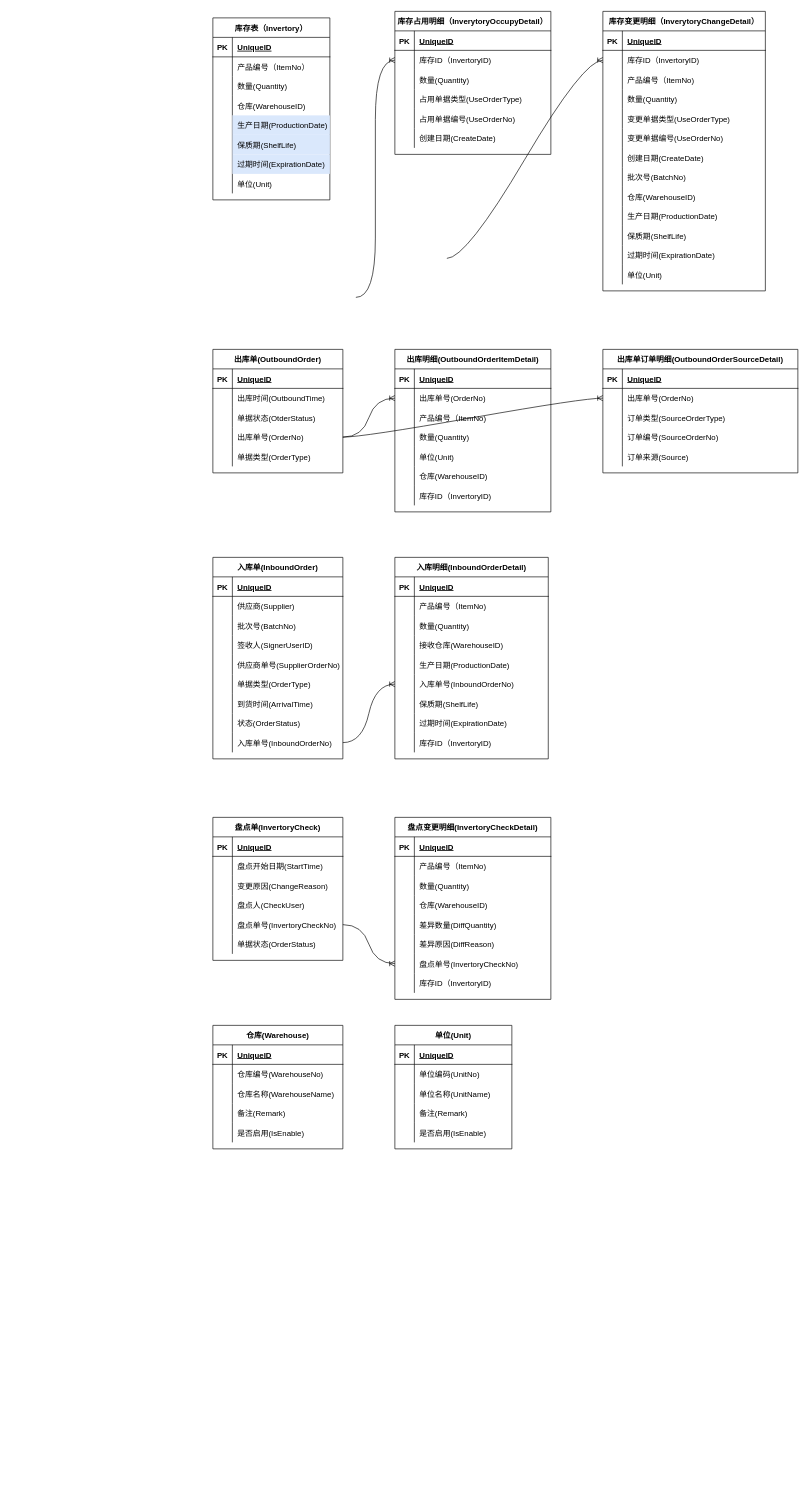
This is 圣千WMS第一版数据库设计.drawio from canonnk/draw.io.repository, a draw.io file, before an edit. Source tidied: cells renumbered, new cells numbered last; positions are measured from the earlier drawing's top-left corner, leaving out a move shared by most shapes. Both pictures are drawn from the tidied source at 65%, with x=0, y=0 at pixel (213, 11).
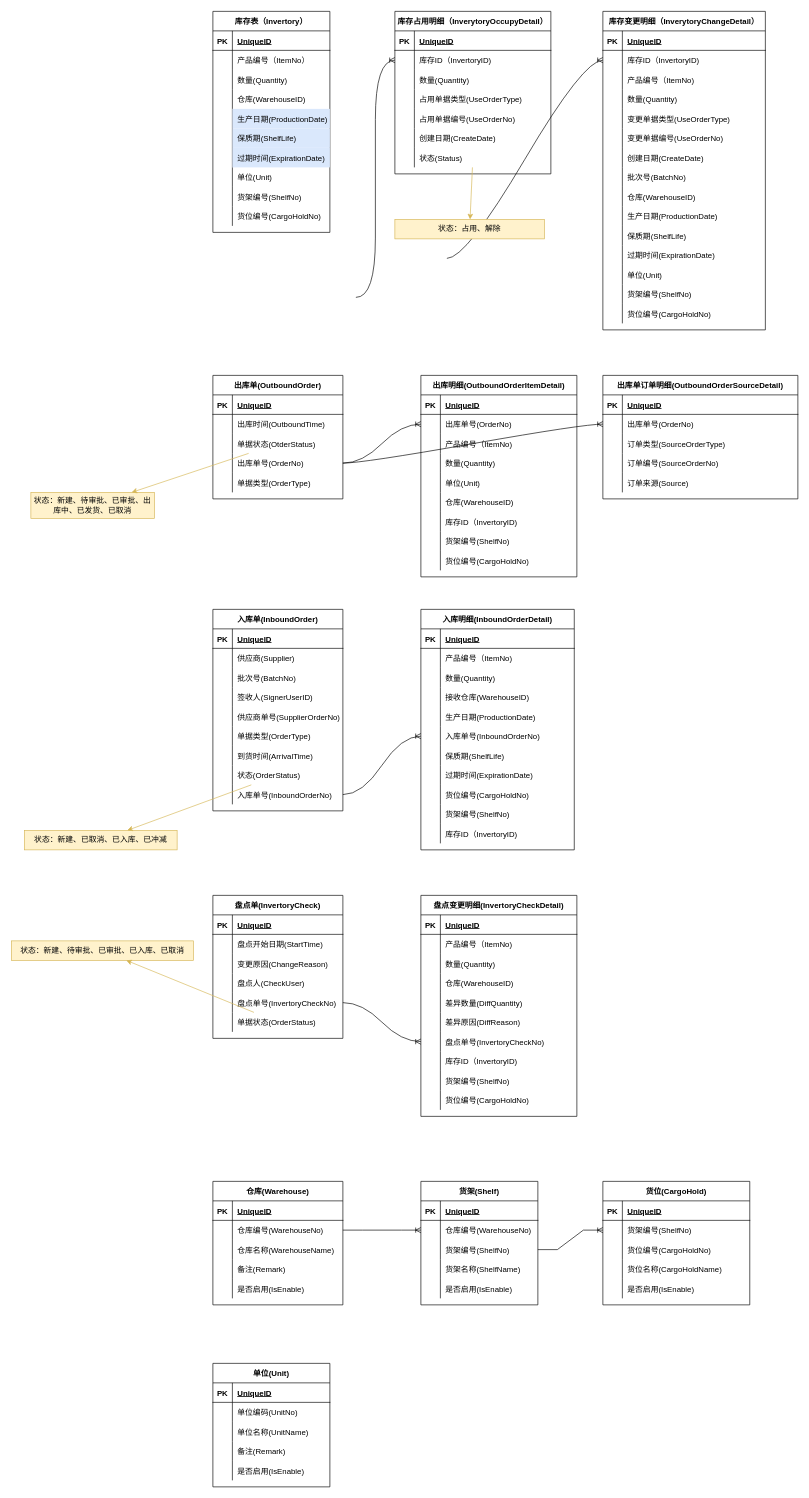
The same page after the edit.

Commit message (it also covers changes not shown here):
更新圣千WMS第一版数据库设计.drawio

Unchanged cells that the change refers to:
```xml
<mxCell id="108" style="shape=partialRectangle;fillColor=none;top=0;left=0;bottom=0;right=0;points=[[0,0.5],[1,0.5]];portConstraint=eastwest;" parent="86" vertex="1">
  <mxGeometry y="240" width="200" height="30" as="geometry" />
</mxCell>
<mxCell id="149" style="shape=partialRectangle;fillColor=none;top=0;left=0;bottom=0;right=0;points=[[0,0.5],[1,0.5]];portConstraint=eastwest;" parent="142" vertex="1">
  <mxGeometry y="90" width="200" height="30" as="geometry" />
</mxCell>
<mxCell id="212" style="shape=partialRectangle;fillColor=none;top=0;left=0;bottom=0;right=0;points=[[0,0.5],[1,0.5]];portConstraint=eastwest;" parent="196" vertex="1">
  <mxGeometry y="180" width="200" height="30" as="geometry" />
</mxCell>
<mxCell id="219" style="shape=partialRectangle;fillColor=none;top=0;left=0;bottom=0;right=0;points=[[0,0.5],[1,0.5]];portConstraint=eastwest;" parent="215" vertex="1">
  <mxGeometry y="60" width="200" height="30" as="geometry" />
</mxCell>
```

The edit, as a diff of the source:
```diff
@@
     <mxCell id="2" value="库存表（Invertory）" style="shape=table;startSize=30;childLayout=tableLayout;rowLines=0;fontStyle=1;align=center;rounded=0;" parent="1" vertex="1">
-      <mxGeometry y="10" width="180" height="280" as="geometry" />
+      <mxGeometry width="180" height="340" as="geometry" />
     </mxCell>
@@
+    <mxCell id="278" style="shape=partialRectangle;fillColor=none;top=0;left=0;bottom=0;right=0;" parent="2" vertex="1">
+      <mxGeometry y="270" width="180" height="30" as="geometry" />
+    </mxCell>
+    <mxCell id="279" style="shape=partialRectangle;fillColor=none;top=0;left=0;bottom=0;right=0;overflow=hidden;" parent="278" vertex="1">
+      <mxGeometry width="30" height="30" as="geometry" />
+    </mxCell>
+    <mxCell id="280" value="货架编号(ShelfNo)" style="shape=partialRectangle;fillColor=none;top=0;left=0;bottom=0;right=0;align=left;spacingLeft=6;overflow=hidden;" parent="278" vertex="1">
+      <mxGeometry x="30" width="150" height="30" as="geometry" />
+    </mxCell>
+    <mxCell id="281" style="shape=partialRectangle;fillColor=none;top=0;left=0;bottom=0;right=0;" parent="2" vertex="1">
+      <mxGeometry y="300" width="180" height="30" as="geometry" />
+    </mxCell>
+    <mxCell id="282" style="shape=partialRectangle;fillColor=none;top=0;left=0;bottom=0;right=0;overflow=hidden;" parent="281" vertex="1">
+      <mxGeometry width="30" height="30" as="geometry" />
+    </mxCell>
+    <mxCell id="283" value="货位编号(CargoHoldNo)" style="shape=partialRectangle;fillColor=none;top=0;left=0;bottom=0;right=0;align=left;spacingLeft=6;overflow=hidden;" parent="281" vertex="1">
+      <mxGeometry x="30" width="150" height="30" as="geometry" />
+    </mxCell>
     <mxCell id="27" value="库存占用明细（InverytoryOccupyDetail）" style="shape=table;startSize=30;childLayout=tableLayout;rowLines=0;fontStyle=1;align=center;" parent="1" vertex="1">
-      <mxGeometry x="280" width="240" height="220" as="geometry" />
+      <mxGeometry x="280" width="240" height="250" as="geometry" />
     </mxCell>
@@
+    <mxCell id="284" style="shape=partialRectangle;fillColor=none;top=0;left=0;bottom=0;right=0;points=[[0,0.5],[1,0.5]];portConstraint=eastwest;" parent="27" vertex="1">
+      <mxGeometry y="210" width="240" height="30" as="geometry" />
+    </mxCell>
+    <mxCell id="285" style="shape=partialRectangle;fillColor=none;top=0;left=0;bottom=0;right=0;overflow=hidden;" parent="284" vertex="1">
+      <mxGeometry width="30" height="30" as="geometry" />
+    </mxCell>
+    <mxCell id="286" value="状态(Status)" style="shape=partialRectangle;fillColor=none;top=0;left=0;bottom=0;right=0;align=left;spacingLeft=6;overflow=hidden;" parent="284" vertex="1">
+      <mxGeometry x="30" width="210" height="30" as="geometry" />
+    </mxCell>
     <mxCell id="46" value="库存变更明细（InverytoryChangeDetail）" style="shape=table;startSize=30;childLayout=tableLayout;rowLines=0;fontStyle=1;align=center;" parent="1" vertex="1">
-      <mxGeometry x="600" width="250" height="430" as="geometry" />
+      <mxGeometry x="600" width="250" height="490" as="geometry" />
     </mxCell>
@@
+    <mxCell id="287" style="shape=partialRectangle;fillColor=none;top=0;left=0;bottom=0;right=0;" parent="46" vertex="1">
+      <mxGeometry y="420" width="250" height="30" as="geometry" />
+    </mxCell>
+    <mxCell id="288" style="shape=partialRectangle;fillColor=none;top=0;left=0;bottom=0;right=0;overflow=hidden;" parent="287" vertex="1">
+      <mxGeometry width="30" height="30" as="geometry" />
+    </mxCell>
+    <mxCell id="289" value="货架编号(ShelfNo)" style="shape=partialRectangle;fillColor=none;top=0;left=0;bottom=0;right=0;align=left;spacingLeft=6;overflow=hidden;" parent="287" vertex="1">
+      <mxGeometry x="30" width="220" height="30" as="geometry" />
+    </mxCell>
+    <mxCell id="290" style="shape=partialRectangle;fillColor=none;top=0;left=0;bottom=0;right=0;" parent="46" vertex="1">
+      <mxGeometry y="450" width="250" height="30" as="geometry" />
+    </mxCell>
+    <mxCell id="291" style="shape=partialRectangle;fillColor=none;top=0;left=0;bottom=0;right=0;overflow=hidden;" parent="290" vertex="1">
+      <mxGeometry width="30" height="30" as="geometry" />
+    </mxCell>
+    <mxCell id="292" value="货位编号(CargoHoldNo)" style="shape=partialRectangle;fillColor=none;top=0;left=0;bottom=0;right=0;align=left;spacingLeft=6;overflow=hidden;" parent="290" vertex="1">
+      <mxGeometry x="30" width="220" height="30" as="geometry" />
+    </mxCell>
     <mxCell id="86" value="入库单(InboundOrder)" style="shape=table;startSize=30;childLayout=tableLayout;rowLines=0;fontStyle=1;align=center;" parent="1" vertex="1">
-      <mxGeometry y="840" width="200" height="310" as="geometry" />
+      <mxGeometry y="920" width="200" height="310" as="geometry" />
     </mxCell>
@@
     <mxCell id="114" value="入库明细(InboundOrderDetail)" style="shape=table;startSize=30;childLayout=tableLayout;rowLines=0;fontStyle=1;align=center;" parent="1" vertex="1">
-      <mxGeometry x="280" y="840" width="236" height="310" as="geometry" />
+      <mxGeometry x="320" y="920" width="236" height="370" as="geometry" />
     </mxCell>
@@
+    <mxCell id="293" style="shape=partialRectangle;fillColor=none;top=0;left=0;bottom=0;right=0;" parent="114" vertex="1">
+      <mxGeometry y="270" width="236" height="30" as="geometry" />
+    </mxCell>
+    <mxCell id="294" style="shape=partialRectangle;fillColor=none;top=0;left=0;bottom=0;right=0;overflow=hidden;" parent="293" vertex="1">
+      <mxGeometry width="30" height="30" as="geometry" />
+    </mxCell>
+    <mxCell id="295" value="货位编号(CargoHoldNo)" style="shape=partialRectangle;fillColor=none;top=0;left=0;bottom=0;right=0;align=left;spacingLeft=6;overflow=hidden;" parent="293" vertex="1">
+      <mxGeometry x="30" width="206" height="30" as="geometry" />
+    </mxCell>
+    <mxCell id="296" style="shape=partialRectangle;fillColor=none;top=0;left=0;bottom=0;right=0;" parent="114" vertex="1">
+      <mxGeometry y="300" width="236" height="30" as="geometry" />
+    </mxCell>
+    <mxCell id="297" style="shape=partialRectangle;fillColor=none;top=0;left=0;bottom=0;right=0;overflow=hidden;" parent="296" vertex="1">
+      <mxGeometry width="30" height="30" as="geometry" />
+    </mxCell>
+    <mxCell id="298" value="货架编号(ShelfNo)" style="shape=partialRectangle;fillColor=none;top=0;left=0;bottom=0;right=0;align=left;spacingLeft=6;overflow=hidden;" parent="296" vertex="1">
+      <mxGeometry x="30" width="206" height="30" as="geometry" />
+    </mxCell>
     <mxCell id="139" style="shape=partialRectangle;fillColor=none;top=0;left=0;bottom=0;right=0;" parent="114" vertex="1">
-      <mxGeometry y="270" width="236" height="30" as="geometry" />
+      <mxGeometry y="330" width="236" height="30" as="geometry" />
     </mxCell>
@@
     <mxCell id="142" value="出库单(OutboundOrder)" style="shape=table;startSize=30;childLayout=tableLayout;rowLines=0;fontStyle=1;align=center;" parent="1" vertex="1">
-      <mxGeometry y="520" width="200" height="190" as="geometry" />
+      <mxGeometry y="560" width="200" height="190" as="geometry" />
     </mxCell>
@@
     <mxCell id="158" value="出库明细(OutboundOrderItemDetail)" style="shape=table;startSize=30;childLayout=tableLayout;rowLines=0;fontStyle=1;align=center;" parent="1" vertex="1">
-      <mxGeometry x="280" y="520" width="240" height="250" as="geometry" />
+      <mxGeometry x="320" y="560" width="240" height="310" as="geometry" />
     </mxCell>
@@
+    <mxCell id="299" style="shape=partialRectangle;fillColor=none;top=0;left=0;bottom=0;right=0;" parent="158" vertex="1">
+      <mxGeometry y="240" width="240" height="30" as="geometry" />
+    </mxCell>
+    <mxCell id="300" style="shape=partialRectangle;fillColor=none;top=0;left=0;bottom=0;right=0;overflow=hidden;" parent="299" vertex="1">
+      <mxGeometry width="30" height="30" as="geometry" />
+    </mxCell>
+    <mxCell id="301" value="货架编号(ShelfNo)" style="shape=partialRectangle;fillColor=none;top=0;left=0;bottom=0;right=0;align=left;spacingLeft=6;overflow=hidden;" parent="299" vertex="1">
+      <mxGeometry x="30" width="210" height="30" as="geometry" />
+    </mxCell>
+    <mxCell id="302" style="shape=partialRectangle;fillColor=none;top=0;left=0;bottom=0;right=0;" parent="158" vertex="1">
+      <mxGeometry y="270" width="240" height="30" as="geometry" />
+    </mxCell>
+    <mxCell id="303" style="shape=partialRectangle;fillColor=none;top=0;left=0;bottom=0;right=0;overflow=hidden;" parent="302" vertex="1">
+      <mxGeometry width="30" height="30" as="geometry" />
+    </mxCell>
+    <mxCell id="304" value="货位编号(CargoHoldNo)" style="shape=partialRectangle;fillColor=none;top=0;left=0;bottom=0;right=0;align=left;spacingLeft=6;overflow=hidden;" parent="302" vertex="1">
+      <mxGeometry x="30" width="210" height="30" as="geometry" />
+    </mxCell>
     <mxCell id="180" value="出库单订单明细(OutboundOrderSourceDetail)" style="shape=table;startSize=30;childLayout=tableLayout;rowLines=0;fontStyle=1;align=center;" parent="1" vertex="1">
-      <mxGeometry x="600" y="520" width="300" height="190" as="geometry" />
+      <mxGeometry x="600" y="560" width="300" height="190" as="geometry" />
     </mxCell>
@@
     <mxCell id="196" value="盘点单(InvertoryCheck)" style="shape=table;startSize=30;childLayout=tableLayout;rowLines=0;fontStyle=1;align=center;" parent="1" vertex="1">
-      <mxGeometry y="1240" width="200" height="220" as="geometry" />
+      <mxGeometry y="1360" width="200" height="220" as="geometry" />
     </mxCell>
@@
     <mxCell id="215" value="仓库(Warehouse)" style="shape=table;startSize=30;childLayout=tableLayout;rowLines=0;fontStyle=1;align=center;" parent="1" vertex="1">
-      <mxGeometry y="1560" width="200" height="190" as="geometry" />
+      <mxGeometry y="1800" width="200" height="190" as="geometry" />
     </mxCell>
@@
     <mxCell id="235" value="盘点变更明细(InvertoryCheckDetail)" style="shape=table;startSize=30;childLayout=tableLayout;rowLines=0;fontStyle=1;align=center;" parent="1" vertex="1">
-      <mxGeometry x="280" y="1240" width="240" height="280" as="geometry" />
+      <mxGeometry x="320" y="1360" width="240" height="340" as="geometry" />
     </mxCell>
@@
+    <mxCell id="305" style="shape=partialRectangle;fillColor=none;top=0;left=0;bottom=0;right=0;" parent="235" vertex="1">
+      <mxGeometry y="270" width="240" height="30" as="geometry" />
+    </mxCell>
+    <mxCell id="306" style="shape=partialRectangle;fillColor=none;top=0;left=0;bottom=0;right=0;overflow=hidden;" parent="305" vertex="1">
+      <mxGeometry width="30" height="30" as="geometry" />
+    </mxCell>
+    <mxCell id="307" value="货架编号(ShelfNo)" style="shape=partialRectangle;fillColor=none;top=0;left=0;bottom=0;right=0;align=left;spacingLeft=6;overflow=hidden;" parent="305" vertex="1">
+      <mxGeometry x="30" width="210" height="30" as="geometry" />
+    </mxCell>
+    <mxCell id="308" style="shape=partialRectangle;fillColor=none;top=0;left=0;bottom=0;right=0;" parent="235" vertex="1">
+      <mxGeometry y="300" width="240" height="30" as="geometry" />
+    </mxCell>
+    <mxCell id="309" style="shape=partialRectangle;fillColor=none;top=0;left=0;bottom=0;right=0;overflow=hidden;" parent="308" vertex="1">
+      <mxGeometry width="30" height="30" as="geometry" />
+    </mxCell>
+    <mxCell id="310" value="货位编号(CargoHoldNo)" style="shape=partialRectangle;fillColor=none;top=0;left=0;bottom=0;right=0;align=left;spacingLeft=6;overflow=hidden;" parent="308" vertex="1">
+      <mxGeometry x="30" width="210" height="30" as="geometry" />
+    </mxCell>
@@
     <mxCell id="262" value="单位(Unit)" style="shape=table;startSize=30;childLayout=tableLayout;rowLines=0;fontStyle=1;align=center;" parent="1" vertex="1">
-      <mxGeometry x="280" y="1560" width="180" height="190" as="geometry" />
+      <mxGeometry y="2080" width="180" height="190" as="geometry" />
     </mxCell>
@@
+    <mxCell id="311" value="货架(Shelf)" style="shape=table;startSize=30;childLayout=tableLayout;rowLines=0;fontStyle=1;align=center;" parent="1" vertex="1">
+      <mxGeometry x="320" y="1800" width="180" height="190" as="geometry" />
+    </mxCell>
+    <mxCell id="312" style="shape=partialRectangle;fillColor=none;top=0;left=0;bottom=1;right=0;" parent="311" vertex="1">
+      <mxGeometry y="30" width="180" height="30" as="geometry" />
+    </mxCell>
+    <mxCell id="313" value="PK" style="shape=partialRectangle;fillColor=none;top=0;left=0;bottom=0;right=0;fontStyle=1;overflow=hidden;" parent="312" vertex="1">
+      <mxGeometry width="30" height="30" as="geometry" />
+    </mxCell>
+    <mxCell id="314" value="UniqueID" style="shape=partialRectangle;fillColor=none;top=0;left=0;bottom=0;right=0;align=left;spacingLeft=6;fontStyle=5;overflow=hidden;" parent="312" vertex="1">
+      <mxGeometry x="30" width="150" height="30" as="geometry" />
+    </mxCell>
+    <mxCell id="315" style="shape=partialRectangle;fillColor=none;top=0;left=0;bottom=0;right=0;points=[[0,0.5],[1,0.5]];portConstraint=eastwest;" parent="311" vertex="1">
+      <mxGeometry y="60" width="180" height="30" as="geometry" />
+    </mxCell>
+    <mxCell id="316" style="shape=partialRectangle;fillColor=none;top=0;left=0;bottom=0;right=0;overflow=hidden;" parent="315" vertex="1">
+      <mxGeometry width="30" height="30" as="geometry" />
+    </mxCell>
+    <mxCell id="317" value="仓库编号(WarehouseNo)" style="shape=partialRectangle;fillColor=none;top=0;left=0;bottom=0;right=0;align=left;spacingLeft=6;overflow=hidden;" parent="315" vertex="1">
+      <mxGeometry x="30" width="150" height="30" as="geometry" />
+    </mxCell>
+    <mxCell id="318" style="shape=partialRectangle;fillColor=none;top=0;left=0;bottom=0;right=0;points=[[0,0.5],[1,0.5]];portConstraint=eastwest;" parent="311" vertex="1">
+      <mxGeometry y="90" width="180" height="30" as="geometry" />
+    </mxCell>
+    <mxCell id="319" style="shape=partialRectangle;fillColor=none;top=0;left=0;bottom=0;right=0;overflow=hidden;" parent="318" vertex="1">
+      <mxGeometry width="30" height="30" as="geometry" />
+    </mxCell>
+    <mxCell id="320" value="货架编号(ShelfNo)" style="shape=partialRectangle;fillColor=none;top=0;left=0;bottom=0;right=0;align=left;spacingLeft=6;overflow=hidden;" parent="318" vertex="1">
+      <mxGeometry x="30" width="150" height="30" as="geometry" />
+    </mxCell>
+    <mxCell id="321" style="shape=partialRectangle;fillColor=none;top=0;left=0;bottom=0;right=0;" parent="311" vertex="1">
+      <mxGeometry y="120" width="180" height="30" as="geometry" />
+    </mxCell>
+    <mxCell id="322" style="shape=partialRectangle;fillColor=none;top=0;left=0;bottom=0;right=0;overflow=hidden;" parent="321" vertex="1">
+      <mxGeometry width="30" height="30" as="geometry" />
+    </mxCell>
+    <mxCell id="323" value="货架名称(ShelfName)" style="shape=partialRectangle;fillColor=none;top=0;left=0;bottom=0;right=0;align=left;spacingLeft=6;overflow=hidden;" parent="321" vertex="1">
+      <mxGeometry x="30" width="150" height="30" as="geometry" />
+    </mxCell>
+    <mxCell id="324" style="shape=partialRectangle;fillColor=none;top=0;left=0;bottom=0;right=0;" parent="311" vertex="1">
+      <mxGeometry y="150" width="180" height="30" as="geometry" />
+    </mxCell>
+    <mxCell id="325" style="shape=partialRectangle;fillColor=none;top=0;left=0;bottom=0;right=0;overflow=hidden;" parent="324" vertex="1">
+      <mxGeometry width="30" height="30" as="geometry" />
+    </mxCell>
+    <mxCell id="326" value="是否启用(IsEnable)" style="shape=partialRectangle;fillColor=none;top=0;left=0;bottom=0;right=0;align=left;spacingLeft=6;overflow=hidden;" parent="324" vertex="1">
+      <mxGeometry x="30" width="150" height="30" as="geometry" />
+    </mxCell>
+    <mxCell id="327" value="货位(CargoHold)" style="shape=table;startSize=30;childLayout=tableLayout;rowLines=0;fontStyle=1;align=center;" parent="1" vertex="1">
+      <mxGeometry x="600" y="1800" width="226" height="190" as="geometry" />
+    </mxCell>
+    <mxCell id="328" style="shape=partialRectangle;fillColor=none;top=0;left=0;bottom=1;right=0;" parent="327" vertex="1">
+      <mxGeometry y="30" width="226" height="30" as="geometry" />
+    </mxCell>
+    <mxCell id="329" value="PK" style="shape=partialRectangle;fillColor=none;top=0;left=0;bottom=0;right=0;fontStyle=1;overflow=hidden;" parent="328" vertex="1">
+      <mxGeometry width="30" height="30" as="geometry" />
+    </mxCell>
+    <mxCell id="330" value="UniqueID" style="shape=partialRectangle;fillColor=none;top=0;left=0;bottom=0;right=0;align=left;spacingLeft=6;fontStyle=5;overflow=hidden;" parent="328" vertex="1">
+      <mxGeometry x="30" width="196" height="30" as="geometry" />
+    </mxCell>
+    <mxCell id="331" style="shape=partialRectangle;fillColor=none;top=0;left=0;bottom=0;right=0;points=[[0,0.5],[1,0.5]];portConstraint=eastwest;" parent="327" vertex="1">
+      <mxGeometry y="60" width="226" height="30" as="geometry" />
+    </mxCell>
+    <mxCell id="332" style="shape=partialRectangle;fillColor=none;top=0;left=0;bottom=0;right=0;overflow=hidden;" parent="331" vertex="1">
+      <mxGeometry width="30" height="30" as="geometry" />
+    </mxCell>
+    <mxCell id="333" value="货架编号(ShelfNo)" style="shape=partialRectangle;fillColor=none;top=0;left=0;bottom=0;right=0;align=left;spacingLeft=6;overflow=hidden;" parent="331" vertex="1">
+      <mxGeometry x="30" width="196" height="30" as="geometry" />
+    </mxCell>
+    <mxCell id="334" style="shape=partialRectangle;fillColor=none;top=0;left=0;bottom=0;right=0;" parent="327" vertex="1">
+      <mxGeometry y="90" width="226" height="30" as="geometry" />
+    </mxCell>
+    <mxCell id="335" style="shape=partialRectangle;fillColor=none;top=0;left=0;bottom=0;right=0;overflow=hidden;" parent="334" vertex="1">
+      <mxGeometry width="30" height="30" as="geometry" />
+    </mxCell>
+    <mxCell id="336" value="货位编号(CargoHoldNo)" style="shape=partialRectangle;fillColor=none;top=0;left=0;bottom=0;right=0;align=left;spacingLeft=6;overflow=hidden;" parent="334" vertex="1">
+      <mxGeometry x="30" width="196" height="30" as="geometry" />
+    </mxCell>
+    <mxCell id="337" style="shape=partialRectangle;fillColor=none;top=0;left=0;bottom=0;right=0;" parent="327" vertex="1">
+      <mxGeometry y="120" width="226" height="30" as="geometry" />
+    </mxCell>
+    <mxCell id="338" style="shape=partialRectangle;fillColor=none;top=0;left=0;bottom=0;right=0;overflow=hidden;" parent="337" vertex="1">
+      <mxGeometry width="30" height="30" as="geometry" />
+    </mxCell>
+    <mxCell id="339" value="货位名称(CargoHoldName)" style="shape=partialRectangle;fillColor=none;top=0;left=0;bottom=0;right=0;align=left;spacingLeft=6;overflow=hidden;" parent="337" vertex="1">
+      <mxGeometry x="30" width="196" height="30" as="geometry" />
+    </mxCell>
+    <mxCell id="340" style="shape=partialRectangle;fillColor=none;top=0;left=0;bottom=0;right=0;" parent="327" vertex="1">
+      <mxGeometry y="150" width="226" height="30" as="geometry" />
+    </mxCell>
+    <mxCell id="341" style="shape=partialRectangle;fillColor=none;top=0;left=0;bottom=0;right=0;overflow=hidden;" parent="340" vertex="1">
+      <mxGeometry width="30" height="30" as="geometry" />
+    </mxCell>
+    <mxCell id="342" value="是否启用(IsEnable)" style="shape=partialRectangle;fillColor=none;top=0;left=0;bottom=0;right=0;align=left;spacingLeft=6;overflow=hidden;" parent="340" vertex="1">
+      <mxGeometry x="30" width="196" height="30" as="geometry" />
+    </mxCell>
+    <mxCell id="343" style="edgeStyle=entityRelationEdgeStyle;fontSize=12;html=1;endArrow=ERoneToMany;rounded=0;" parent="1" edge="1" source="318" target="331">
+      <mxGeometry relative="1" as="geometry" />
+    </mxCell>
+    <mxCell id="344" style="edgeStyle=entityRelationEdgeStyle;fontSize=12;html=1;endArrow=ERoneToMany;rounded=0;" parent="1" edge="1" source="219" target="315">
+      <mxGeometry relative="1" as="geometry" />
+    </mxCell>
+    <mxCell id="345" value="状态：占用、解除" style="text;html=1;strokeColor=#d6b656;fillColor=#fff2cc;align=center;verticalAlign=middle;whiteSpace=wrap;rounded=0;" parent="1" vertex="1">
+      <mxGeometry x="280" y="320" width="230" height="30" as="geometry" />
+    </mxCell>
+    <mxCell id="346" style="endArrow=classic;html=1;rounded=0;fillColor=#fff2cc;strokeColor=#d6b656;" parent="1" edge="1" source="284" target="345">
+      <mxGeometry relative="1" as="geometry" />
+    </mxCell>
+    <mxCell id="347" value="状态：新建、已取消、已入库、已冲减" style="text;html=1;strokeColor=#d6b656;fillColor=#fff2cc;align=center;verticalAlign=middle;whiteSpace=wrap;rounded=0;" parent="1" vertex="1">
+      <mxGeometry x="-290" y="1260" width="235" height="30" as="geometry" />
+    </mxCell>
+    <mxCell id="348" style="endArrow=classic;html=1;rounded=0;fillColor=#fff2cc;strokeColor=#d6b656;" parent="1" edge="1" source="108" target="347">
+      <mxGeometry relative="1" as="geometry" />
+    </mxCell>
+    <mxCell id="349" value="状态：新建、待审批、已审批、已入库、已取消" style="text;html=1;strokeColor=#d6b656;fillColor=#fff2cc;align=center;verticalAlign=middle;whiteSpace=wrap;rounded=0;" parent="1" vertex="1">
+      <mxGeometry x="-310" y="1430" width="280" height="30" as="geometry" />
+    </mxCell>
+    <mxCell id="350" style="endArrow=classic;html=1;rounded=0;fillColor=#fff2cc;strokeColor=#d6b656;" parent="1" edge="1" source="212" target="349">
+      <mxGeometry relative="1" as="geometry" />
+    </mxCell>
+    <mxCell id="351" value="状态：新建、待审批、已审批、出库中、已发货、已取消" style="text;html=1;strokeColor=#d6b656;fillColor=#fff2cc;align=center;verticalAlign=middle;whiteSpace=wrap;rounded=0;" parent="1" vertex="1">
+      <mxGeometry x="-280" y="740" width="190" height="40" as="geometry" />
+    </mxCell>
+    <mxCell id="352" style="endArrow=classic;html=1;rounded=0;fillColor=#fff2cc;strokeColor=#d6b656;" parent="1" edge="1" source="149" target="351">
+      <mxGeometry relative="1" as="geometry" />
+    </mxCell>
```
